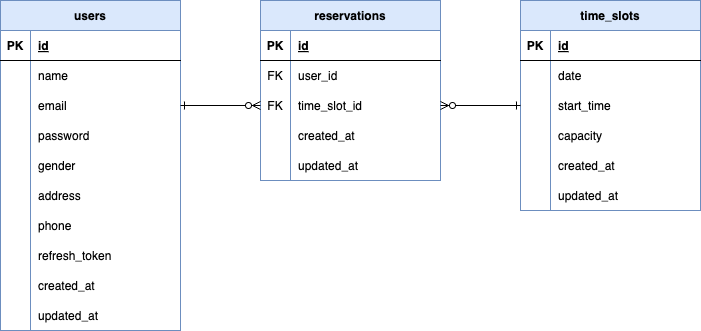
The draw.io diagram .drawio.png in hirata784/laravel-swimming-reservation-app, before a commit. Source tidied: cells renumbered, new cells last; positions are measured from the earlier drawing's top-left corner, leaving out a move shared by most shapes.
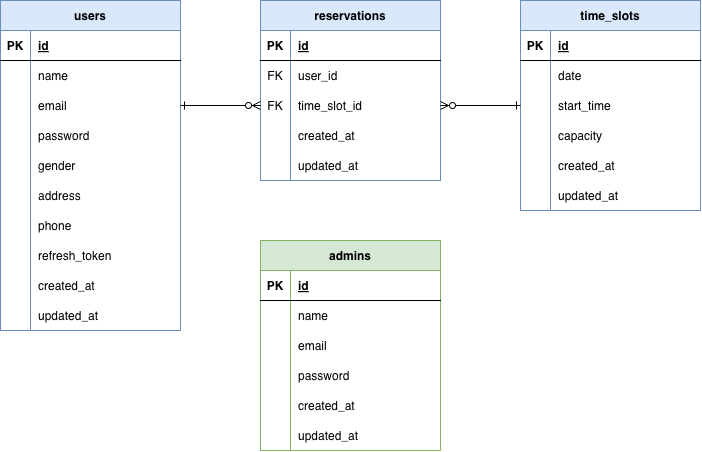
The same file after the commit.

Commit message:
docs：READMEの更新およびER図の更新

Change to the diagram source:
```diff
@@ -206,5 +206,62 @@
     <mxCell id="69" style="edgeStyle=none;html=1;exitX=0;exitY=0.5;exitDx=0;exitDy=0;entryX=1;entryY=0.5;entryDx=0;entryDy=0;endArrow=ERzeroToMany;endFill=0;startArrow=ERone;startFill=0;" parent="1" edge="1" source="40" target="59">
       <mxGeometry relative="1" as="geometry" />
     </mxCell>
+    <mxCell id="70" value="admins" style="shape=table;startSize=30;rowLines=0;fontStyle=1;align=center;fillColor=#d5e8d4;strokeColor=#82b366;" parent="1" vertex="1">
+      <mxGeometry x="260" y="240" width="180" height="210" as="geometry" />
+    </mxCell>
+    <mxCell id="71" style="shape=tableRow;horizontal=0;startSize=0;swimlaneHead=0;swimlaneBody=0;fillColor=none;top=0;left=0;right=0;bottom=1;" parent="70" vertex="1">
+      <mxGeometry y="30" width="180" height="30" as="geometry" />
+    </mxCell>
+    <mxCell id="72" value="PK" style="shape=partialRectangle;fillColor=none;top=0;left=0;bottom=0;right=0;fontStyle=1;overflow=hidden;" parent="71" vertex="1">
+      <mxGeometry width="30" height="30" as="geometry" />
+    </mxCell>
+    <mxCell id="73" value="id" style="shape=partialRectangle;fillColor=none;top=0;left=0;bottom=0;right=0;align=left;spacingLeft=6;fontStyle=5;overflow=hidden;" parent="71" vertex="1">
+      <mxGeometry x="30" width="150" height="30" as="geometry" />
+    </mxCell>
+    <mxCell id="74" style="shape=tableRow;horizontal=0;startSize=0;swimlaneHead=0;swimlaneBody=0;fillColor=none;top=0;left=0;right=0;bottom=0;" parent="70" vertex="1">
+      <mxGeometry y="60" width="180" height="30" as="geometry" />
+    </mxCell>
+    <mxCell id="75" style="shape=partialRectangle;fillColor=none;top=0;left=0;bottom=0;right=0;overflow=hidden;" parent="74" vertex="1">
+      <mxGeometry width="30" height="30" as="geometry" />
+    </mxCell>
+    <mxCell id="76" value="name" style="shape=partialRectangle;fillColor=none;top=0;left=0;bottom=0;right=0;align=left;spacingLeft=6;overflow=hidden;" parent="74" vertex="1">
+      <mxGeometry x="30" width="150" height="30" as="geometry" />
+    </mxCell>
+    <mxCell id="77" style="shape=tableRow;horizontal=0;startSize=0;swimlaneHead=0;swimlaneBody=0;fillColor=none;top=0;left=0;right=0;bottom=0;" parent="70" vertex="1">
+      <mxGeometry y="90" width="180" height="30" as="geometry" />
+    </mxCell>
+    <mxCell id="78" style="shape=partialRectangle;fillColor=none;top=0;left=0;bottom=0;right=0;overflow=hidden;" parent="77" vertex="1">
+      <mxGeometry width="30" height="30" as="geometry" />
+    </mxCell>
+    <mxCell id="79" value="email" style="shape=partialRectangle;fillColor=none;top=0;left=0;bottom=0;right=0;align=left;spacingLeft=6;overflow=hidden;" parent="77" vertex="1">
+      <mxGeometry x="30" width="150" height="30" as="geometry" />
+    </mxCell>
+    <mxCell id="80" style="shape=tableRow;horizontal=0;startSize=0;swimlaneHead=0;swimlaneBody=0;fillColor=none;top=0;left=0;right=0;bottom=0;" parent="70" vertex="1">
+      <mxGeometry y="120" width="180" height="30" as="geometry" />
+    </mxCell>
+    <mxCell id="81" style="shape=partialRectangle;fillColor=none;top=0;left=0;bottom=0;right=0;overflow=hidden;" parent="80" vertex="1">
+      <mxGeometry width="30" height="30" as="geometry" />
+    </mxCell>
+    <mxCell id="82" value="password" style="shape=partialRectangle;fillColor=none;top=0;left=0;bottom=0;right=0;align=left;spacingLeft=6;overflow=hidden;" parent="80" vertex="1">
+      <mxGeometry x="30" width="150" height="30" as="geometry" />
+    </mxCell>
+    <mxCell id="83" style="shape=tableRow;horizontal=0;startSize=0;swimlaneHead=0;swimlaneBody=0;fillColor=none;top=0;left=0;right=0;bottom=0;" parent="70" vertex="1">
+      <mxGeometry y="150" width="180" height="30" as="geometry" />
+    </mxCell>
+    <mxCell id="84" style="shape=partialRectangle;fillColor=none;top=0;left=0;bottom=0;right=0;overflow=hidden;" parent="83" vertex="1">
+      <mxGeometry width="30" height="30" as="geometry" />
+    </mxCell>
+    <mxCell id="85" value="created_at" style="shape=partialRectangle;fillColor=none;top=0;left=0;bottom=0;right=0;align=left;spacingLeft=6;overflow=hidden;" parent="83" vertex="1">
+      <mxGeometry x="30" width="150" height="30" as="geometry" />
+    </mxCell>
+    <mxCell id="86" style="shape=tableRow;horizontal=0;startSize=0;swimlaneHead=0;swimlaneBody=0;fillColor=none;top=0;left=0;right=0;bottom=0;" parent="70" vertex="1">
+      <mxGeometry y="180" width="180" height="30" as="geometry" />
+    </mxCell>
+    <mxCell id="87" style="shape=partialRectangle;fillColor=none;top=0;left=0;bottom=0;right=0;overflow=hidden;" parent="86" vertex="1">
+      <mxGeometry width="30" height="30" as="geometry" />
+    </mxCell>
+    <mxCell id="88" value="updated_at" style="shape=partialRectangle;fillColor=none;top=0;left=0;bottom=0;right=0;align=left;spacingLeft=6;overflow=hidden;" parent="86" vertex="1">
+      <mxGeometry x="30" width="150" height="30" as="geometry" />
+    </mxCell>
   </root>
 </mxGraphModel>
```
